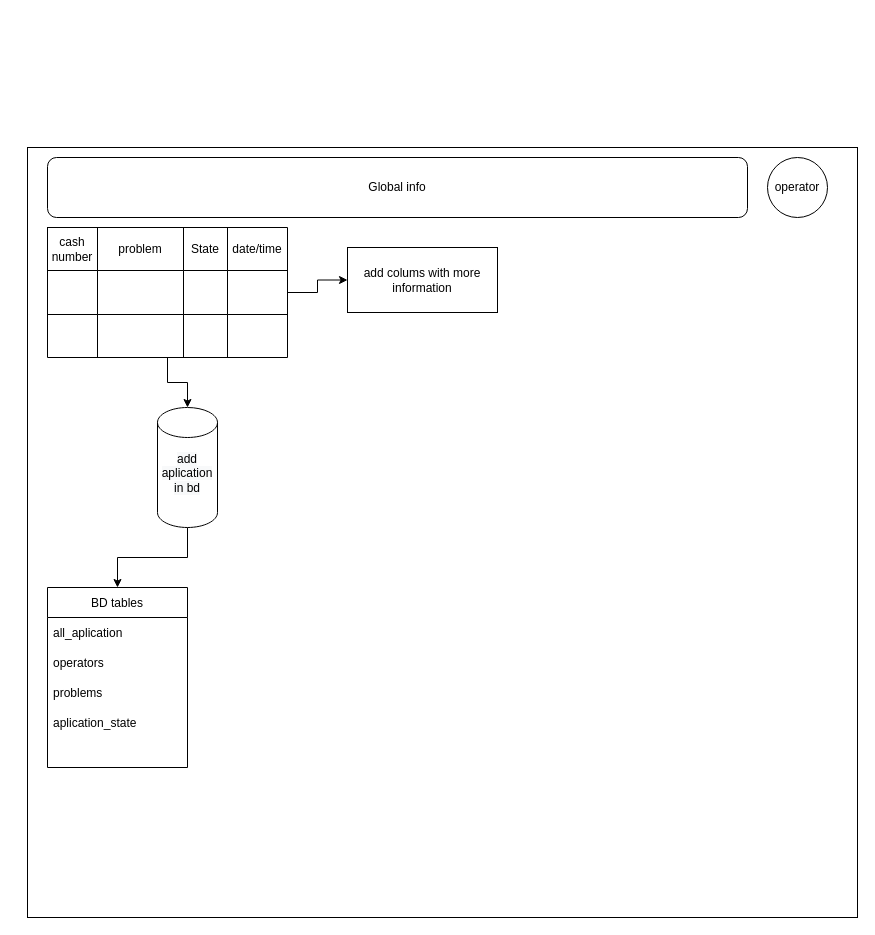
This is site template.drawio from Minimalon/CRM, a draw.io file, before an edit. Source tidied: cells renumbered, new cells numbered last; positions are measured from the earlier drawing's top-left corner, leaving out a move shared by most shapes. Both pictures are drawn from the tidied source at 100%, with x=0, y=0 at pixel (27, 147).
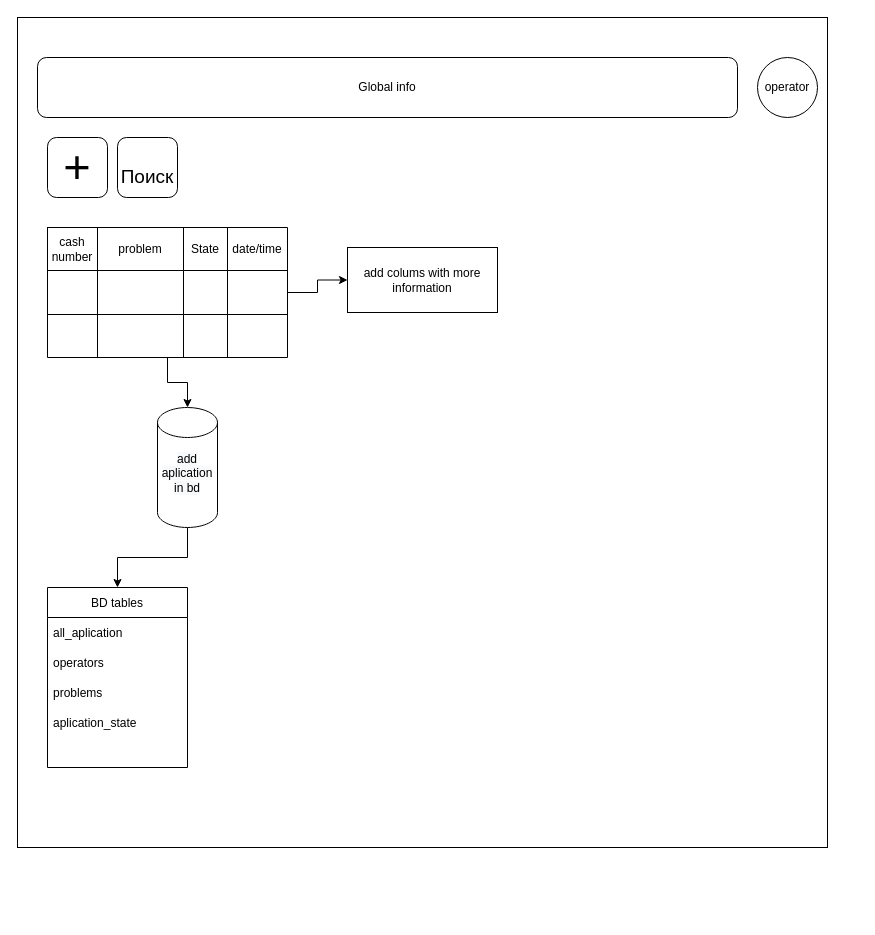
Above is the later version.

What changed in the source:
```diff
@@
-    <mxCell id="2" style="rounded=0;whiteSpace=wrap;html=1;" parent="1" vertex="1">
-      <mxGeometry width="830" height="770" as="geometry" />
+    <mxCell id="2" style="rounded=0;whiteSpace=wrap;html=1;direction=south;" parent="1" vertex="1">
+      <mxGeometry x="-10" y="-130" width="810" height="830" as="geometry" />
     </mxCell>
@@
     <mxCell id="21" value="operator" style="ellipse;whiteSpace=wrap;html=1;" parent="1" vertex="1">
-      <mxGeometry x="740" y="10" width="60" height="60" as="geometry" />
+      <mxGeometry x="730" y="-90" width="60" height="60" as="geometry" />
     </mxCell>
     <mxCell id="22" value="Global info" style="rounded=1;whiteSpace=wrap;html=1;" parent="1" vertex="1">
-      <mxGeometry x="20" y="10" width="700" height="60" as="geometry" />
+      <mxGeometry x="10" y="-90" width="700" height="60" as="geometry" />
     </mxCell>
@@
+    <mxCell id="32" value="+" style="rounded=1;whiteSpace=wrap;html=1;fontSize=47;" parent="1" vertex="1">
+      <mxGeometry x="20" y="-10" width="60" height="60" as="geometry" />
+    </mxCell>
+    <mxCell id="33" value="&lt;span style=&quot;font-size: 19px; background-color: initial;&quot;&gt;Поиск&lt;/span&gt;" style="rounded=1;whiteSpace=wrap;html=1;fontSize=47;align=center;" parent="1" vertex="1">
+      <mxGeometry x="90" y="-10" width="60" height="60" as="geometry" />
+    </mxCell>
```
